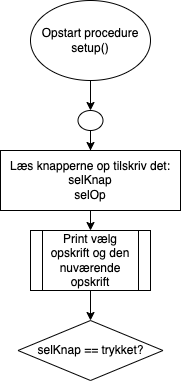
The draw.io diagram DrinksmaskineFlowchart.png in Andemanden/DrinksRobot, before a commit. Source tidied: cells renumbered, new cells last; positions are measured from the earlier drawing's top-left corner, leaving out a move shared by most shapes.
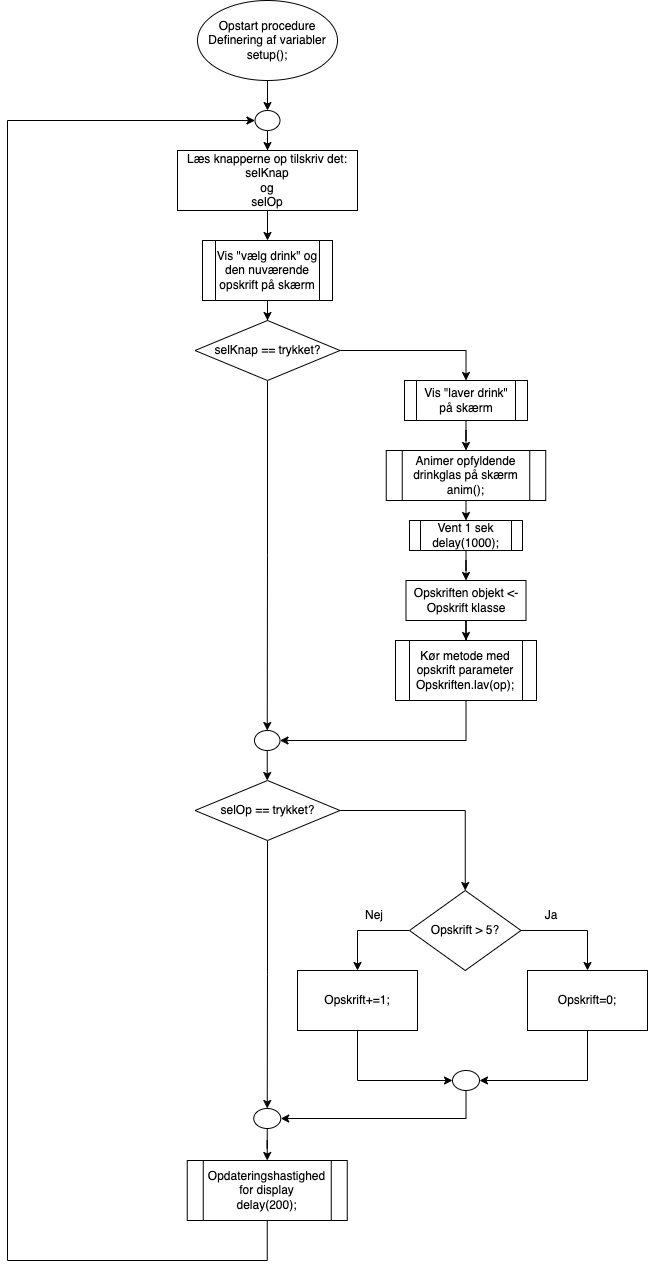
Above is the later version.

The edit, as a diff of the source:
```diff
@@ -7,8 +7,8 @@
         <mxPoint x="90" y="110" as="targetPoint" />
       </mxGeometry>
     </mxCell>
-    <mxCell id="3" value="Opstart procedure&lt;br&gt;setup()" style="ellipse;whiteSpace=wrap;html=1;" parent="1" vertex="1">
-      <mxGeometry x="30" width="120" height="80" as="geometry" />
+    <mxCell id="3" value="Opstart procedure&lt;br&gt;Definering af variabler&lt;br&gt;setup();" style="ellipse;whiteSpace=wrap;html=1;" parent="1" vertex="1">
+      <mxGeometry x="20" width="140" height="80" as="geometry" />
     </mxCell>
     <mxCell id="4" style="edgeStyle=orthogonalEdgeStyle;rounded=0;jettySize=auto;html=1;entryX=0.5;entryY=0;entryDx=0;entryDy=0;" parent="1" edge="1" source="5" target="7">
       <mxGeometry relative="1" as="geometry" />
@@ -19,17 +19,126 @@
     <mxCell id="6" style="edgeStyle=orthogonalEdgeStyle;rounded=0;jettySize=auto;html=1;exitX=0.5;exitY=1;exitDx=0;exitDy=0;entryX=0.5;entryY=0;entryDx=0;entryDy=0;" parent="1" edge="1" source="7" target="9">
       <mxGeometry relative="1" as="geometry" />
     </mxCell>
-    <mxCell id="7" value="Læs knapperne op tilskriv det:&lt;br&gt;selKnap&lt;br&gt;selOp" style="rounded=0;whiteSpace=wrap;html=1;" parent="1" vertex="1">
+    <mxCell id="7" value="Læs knapperne op tilskriv det:&lt;br&gt;selKnap&lt;br&gt;og&lt;br&gt;selOp" style="rounded=0;whiteSpace=wrap;html=1;" parent="1" vertex="1">
       <mxGeometry y="150" width="180" height="60" as="geometry" />
     </mxCell>
     <mxCell id="8" style="edgeStyle=orthogonalEdgeStyle;rounded=0;jettySize=auto;html=1;" parent="1" edge="1" source="9" target="10">
       <mxGeometry relative="1" as="geometry" />
     </mxCell>
-    <mxCell id="9" value="Print vælg opskrift og den nuværende opskrift" style="shape=process;whiteSpace=wrap;html=1;backgroundOutline=1;" parent="1" vertex="1">
-      <mxGeometry x="30" y="230" width="120" height="60" as="geometry" />
+    <mxCell id="9" value="Vis &quot;vælg drink&quot; og den nuværende opskrift på skærm" style="shape=process;whiteSpace=wrap;html=1;backgroundOutline=1;" parent="1" vertex="1">
+      <mxGeometry x="25" y="240" width="130" height="60" as="geometry" />
     </mxCell>
+    <mxCell id="11" style="edgeStyle=orthogonalEdgeStyle;rounded=0;jettySize=auto;html=1;exitX=1;exitY=0.5;exitDx=0;exitDy=0;entryX=0.5;entryY=0;entryDx=0;entryDy=0;" parent="1" edge="1" source="10" target="14">
+      <mxGeometry relative="1" as="geometry" />
+    </mxCell>
+    <mxCell id="12" style="edgeStyle=orthogonalEdgeStyle;rounded=0;jettySize=auto;html=1;exitX=0.5;exitY=1;exitDx=0;exitDy=0;entryX=0.5;entryY=0;entryDx=0;entryDy=0;" parent="1" edge="1" source="10" target="24">
+      <mxGeometry relative="1" as="geometry" />
+    </mxCell>
     <mxCell id="10" value="selKnap == trykket?" style="rhombus;whiteSpace=wrap;html=1;" parent="1" vertex="1">
       <mxGeometry x="17.5" y="320" width="145" height="60" as="geometry" />
     </mxCell>
+    <mxCell id="13" style="edgeStyle=orthogonalEdgeStyle;rounded=0;jettySize=auto;html=1;entryX=0.5;entryY=0;entryDx=0;entryDy=0;" parent="1" edge="1" source="14" target="16">
+      <mxGeometry relative="1" as="geometry" />
+    </mxCell>
+    <mxCell id="14" value="Vis &quot;laver drink&quot; på skærm" style="shape=process;whiteSpace=wrap;html=1;backgroundOutline=1;" parent="1" vertex="1">
+      <mxGeometry x="227" y="380" width="123" height="40" as="geometry" />
+    </mxCell>
+    <mxCell id="15" style="edgeStyle=orthogonalEdgeStyle;rounded=0;jettySize=auto;html=1;exitX=0.5;exitY=1;exitDx=0;exitDy=0;entryX=0.5;entryY=0;entryDx=0;entryDy=0;" parent="1" edge="1" source="16" target="18">
+      <mxGeometry relative="1" as="geometry" />
+    </mxCell>
+    <mxCell id="16" value="Animer opfyldende drinkglas på skærm&lt;br&gt;anim();" style="shape=process;whiteSpace=wrap;html=1;backgroundOutline=1;" parent="1" vertex="1">
+      <mxGeometry x="208.8" y="450" width="159.5" height="50" as="geometry" />
+    </mxCell>
+    <mxCell id="17" style="edgeStyle=orthogonalEdgeStyle;rounded=0;jettySize=auto;html=1;entryX=0.5;entryY=0;entryDx=0;entryDy=0;" parent="1" edge="1" source="18" target="20">
+      <mxGeometry relative="1" as="geometry" />
+    </mxCell>
+    <mxCell id="18" value="Vent 1 sek&lt;br&gt;delay(1000);" style="shape=process;whiteSpace=wrap;html=1;backgroundOutline=1;" parent="1" vertex="1">
+      <mxGeometry x="232" y="520" width="113" height="30" as="geometry" />
+    </mxCell>
+    <mxCell id="19" style="edgeStyle=orthogonalEdgeStyle;rounded=0;jettySize=auto;html=1;entryX=0.5;entryY=0;entryDx=0;entryDy=0;" parent="1" edge="1" source="20" target="22">
+      <mxGeometry relative="1" as="geometry" />
+    </mxCell>
+    <mxCell id="20" value="Opskriften objekt &amp;lt;- Opskrift klasse" style="rounded=0;whiteSpace=wrap;html=1;" parent="1" vertex="1">
+      <mxGeometry x="228.5" y="580" width="120" height="40" as="geometry" />
+    </mxCell>
+    <mxCell id="21" style="edgeStyle=orthogonalEdgeStyle;rounded=0;jettySize=auto;html=1;exitX=0.5;exitY=1;exitDx=0;exitDy=0;entryX=1;entryY=0.5;entryDx=0;entryDy=0;" parent="1" edge="1" source="22" target="24">
+      <mxGeometry relative="1" as="geometry" />
+    </mxCell>
+    <mxCell id="22" value="Kør metode med opskrift parameter&lt;br&gt;Opskriften.lav(op);" style="shape=process;whiteSpace=wrap;html=1;backgroundOutline=1;" parent="1" vertex="1">
+      <mxGeometry x="218" y="640" width="141" height="60" as="geometry" />
+    </mxCell>
+    <mxCell id="23" style="edgeStyle=orthogonalEdgeStyle;rounded=0;jettySize=auto;html=1;" parent="1" edge="1" source="24">
+      <mxGeometry relative="1" as="geometry">
+        <mxPoint x="89.8" y="780" as="targetPoint" />
+      </mxGeometry>
+    </mxCell>
+    <mxCell id="24" style="ellipse;whiteSpace=wrap;html=1;" parent="1" vertex="1">
+      <mxGeometry x="77" y="730" width="25.5" height="20" as="geometry" />
+    </mxCell>
+    <mxCell id="25" style="edgeStyle=orthogonalEdgeStyle;rounded=0;jettySize=auto;html=1;entryX=0.5;entryY=0;entryDx=0;entryDy=0;" parent="1" edge="1" source="27" target="30">
+      <mxGeometry relative="1" as="geometry" />
+    </mxCell>
+    <mxCell id="26" style="edgeStyle=orthogonalEdgeStyle;rounded=0;jettySize=auto;html=1;entryX=0.5;entryY=0;entryDx=0;entryDy=0;" parent="1" edge="1" source="27" target="40">
+      <mxGeometry relative="1" as="geometry" />
+    </mxCell>
+    <mxCell id="27" value="selOp == trykket?" style="rhombus;whiteSpace=wrap;html=1;" parent="1" vertex="1">
+      <mxGeometry x="17.5" y="780" width="145" height="60" as="geometry" />
+    </mxCell>
+    <mxCell id="28" style="edgeStyle=orthogonalEdgeStyle;rounded=0;jettySize=auto;html=1;entryX=0.5;entryY=0;entryDx=0;entryDy=0;" parent="1" edge="1" source="30" target="32">
+      <mxGeometry relative="1" as="geometry" />
+    </mxCell>
+    <mxCell id="29" style="edgeStyle=orthogonalEdgeStyle;rounded=0;jettySize=auto;html=1;exitX=0;exitY=0.5;exitDx=0;exitDy=0;entryX=0.5;entryY=0;entryDx=0;entryDy=0;" parent="1" edge="1" source="30" target="36">
+      <mxGeometry relative="1" as="geometry">
+        <Array as="points">
+          <mxPoint x="180" y="930" />
+          <mxPoint x="180" y="970" />
+        </Array>
+      </mxGeometry>
+    </mxCell>
+    <mxCell id="30" value="Opskrift &amp;gt; 5?" style="rhombus;whiteSpace=wrap;html=1;" parent="1" vertex="1">
+      <mxGeometry x="232" y="890" width="111.5" height="80" as="geometry" />
+    </mxCell>
+    <mxCell id="31" style="edgeStyle=orthogonalEdgeStyle;rounded=0;jettySize=auto;html=1;exitX=0.5;exitY=1;exitDx=0;exitDy=0;entryX=1;entryY=0.5;entryDx=0;entryDy=0;" parent="1" edge="1" source="32" target="34">
+      <mxGeometry relative="1" as="geometry" />
+    </mxCell>
+    <mxCell id="32" value="Opskrift=0;" style="rounded=0;whiteSpace=wrap;html=1;" parent="1" vertex="1">
+      <mxGeometry x="350" y="970" width="120" height="60" as="geometry" />
+    </mxCell>
+    <mxCell id="33" style="edgeStyle=orthogonalEdgeStyle;rounded=0;jettySize=auto;html=1;exitX=0.5;exitY=1;exitDx=0;exitDy=0;entryX=1;entryY=0.5;entryDx=0;entryDy=0;" parent="1" edge="1" source="34" target="40">
+      <mxGeometry relative="1" as="geometry" />
+    </mxCell>
+    <mxCell id="34" style="ellipse;whiteSpace=wrap;html=1;" parent="1" vertex="1">
+      <mxGeometry x="275" y="1070" width="27" height="20" as="geometry" />
+    </mxCell>
+    <mxCell id="35" style="edgeStyle=orthogonalEdgeStyle;rounded=0;jettySize=auto;html=1;entryX=0;entryY=0.5;entryDx=0;entryDy=0;exitX=0.5;exitY=1;exitDx=0;exitDy=0;" parent="1" edge="1" source="36" target="34">
+      <mxGeometry relative="1" as="geometry" />
+    </mxCell>
+    <mxCell id="36" value="Opskrift+=1;" style="rounded=0;whiteSpace=wrap;html=1;" parent="1" vertex="1">
+      <mxGeometry x="120" y="970" width="120" height="60" as="geometry" />
+    </mxCell>
+    <mxCell id="37" value="Ja" style="text;html=1;strokeColor=none;fillColor=none;align=center;verticalAlign=middle;whiteSpace=wrap;rounded=0;" parent="1" vertex="1">
+      <mxGeometry x="343.5" y="900" width="60" height="30" as="geometry" />
+    </mxCell>
+    <mxCell id="38" value="Nej" style="text;html=1;strokeColor=none;fillColor=none;align=center;verticalAlign=middle;whiteSpace=wrap;rounded=0;" parent="1" vertex="1">
+      <mxGeometry x="167" y="900" width="60" height="30" as="geometry" />
+    </mxCell>
+    <mxCell id="39" style="edgeStyle=orthogonalEdgeStyle;rounded=0;jettySize=auto;html=1;" parent="1" edge="1" source="40" target="42">
+      <mxGeometry relative="1" as="geometry" />
+    </mxCell>
+    <mxCell id="40" style="ellipse;whiteSpace=wrap;html=1;" parent="1" vertex="1">
+      <mxGeometry x="76.2" y="1108" width="27" height="20" as="geometry" />
+    </mxCell>
+    <mxCell id="41" style="edgeStyle=orthogonalEdgeStyle;rounded=0;jettySize=auto;html=1;entryX=0;entryY=0.5;entryDx=0;entryDy=0;" parent="1" edge="1" source="42" target="5">
+      <mxGeometry relative="1" as="geometry">
+        <Array as="points">
+          <mxPoint x="90" y="1260" />
+          <mxPoint x="-170" y="1260" />
+          <mxPoint x="-170" y="120" />
+        </Array>
+      </mxGeometry>
+    </mxCell>
+    <mxCell id="42" value="Opdateringshastighed for display&lt;br&gt;delay(200);" style="shape=process;whiteSpace=wrap;html=1;backgroundOutline=1;" parent="1" vertex="1">
+      <mxGeometry x="9.8" y="1160" width="160" height="60" as="geometry" />
+    </mxCell>
   </root>
 </mxGraphModel>
```
